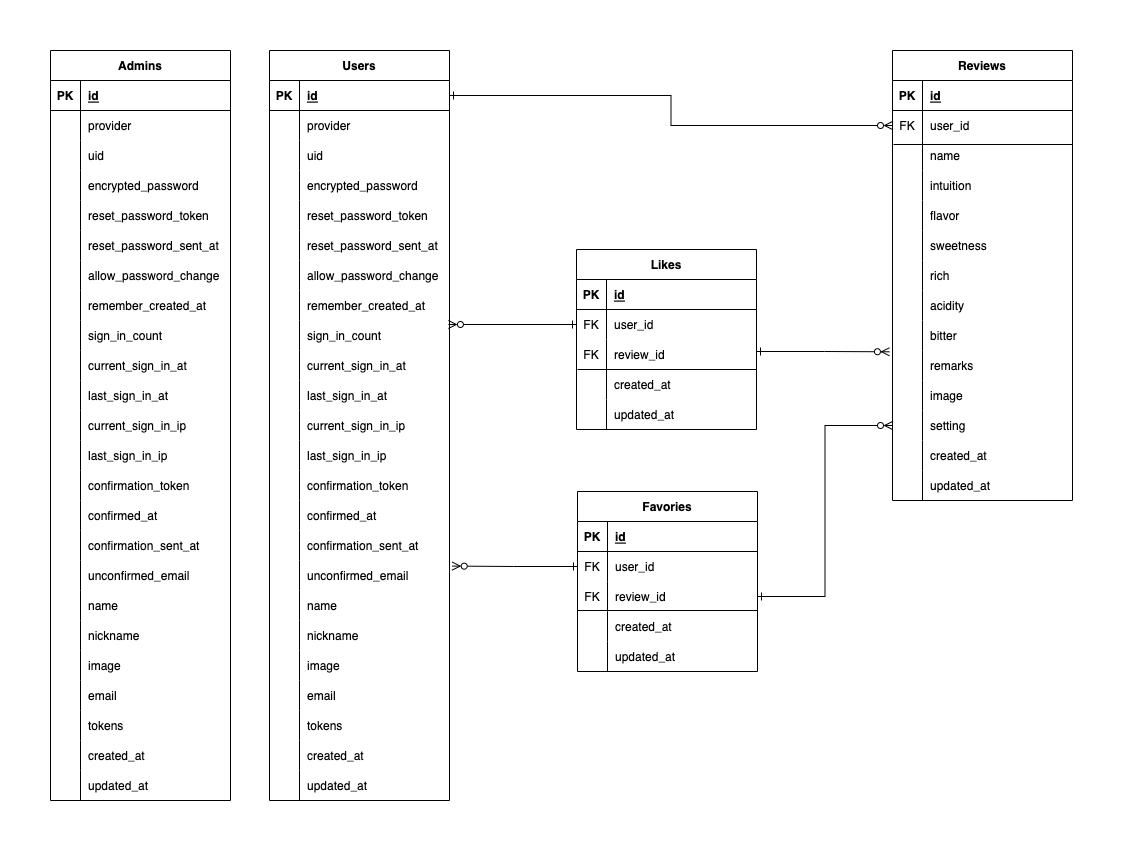
The draw.io diagram images/er.png in tomoaki198211/this_coffee_api, before a commit. Source tidied: cells renumbered, new cells last; positions are measured from the earlier drawing's top-left corner, leaving out a move shared by most shapes.
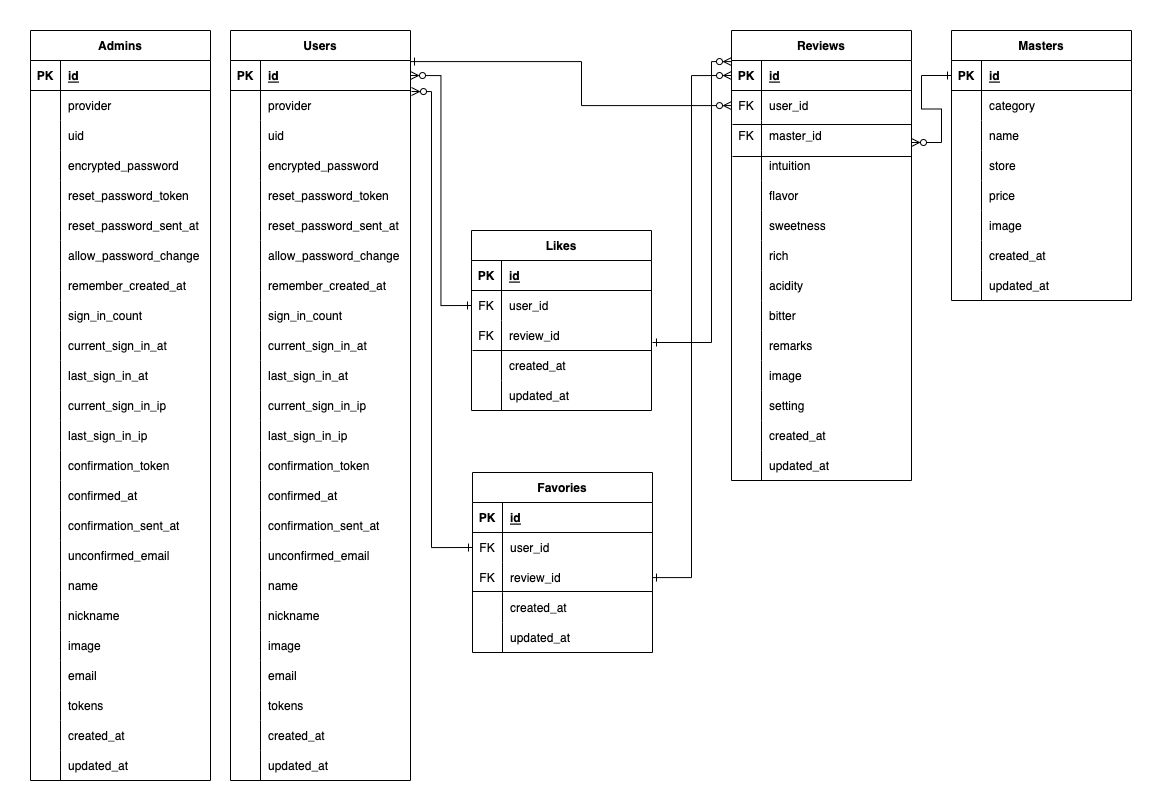
The same file after the commit.

Change to the diagram source:
```diff
@@ -3,7 +3,7 @@
     <mxCell id="0" />
     <mxCell id="1" parent="0" />
     <mxCell id="2" value="Users" style="shape=table;startSize=30;rowLines=0;fontStyle=1;align=center;" parent="1" vertex="1">
-      <mxGeometry x="219" width="180" height="750" as="geometry" />
+      <mxGeometry x="181" width="180" height="750" as="geometry" />
     </mxCell>
     <mxCell id="3" style="shape=tableRow;horizontal=0;startSize=0;swimlaneHead=0;swimlaneBody=0;fillColor=none;points=[[0,0.5],[1,0.5]];portConstraint=eastwest;top=0;left=0;right=0;bottom=1;" parent="2" vertex="1">
       <mxGeometry y="30" width="180" height="30" as="geometry" />
@@ -222,7 +222,7 @@
       <mxGeometry x="30" width="150" height="30" as="geometry" />
     </mxCell>
     <mxCell id="75" value="Reviews" style="shape=table;startSize=30;rowLines=0;fontStyle=1;align=center;html=0;" parent="1" vertex="1">
-      <mxGeometry x="842" width="180" height="450" as="geometry" />
+      <mxGeometry x="682" width="180" height="450" as="geometry" />
     </mxCell>
     <mxCell id="76" style="shape=tableRow;horizontal=0;startSize=0;swimlaneHead=0;swimlaneBody=0;fillColor=none;points=[[0,0.5],[1,0.5]];portConstraint=eastwest;top=0;left=0;right=0;bottom=1;html=0;" parent="75" vertex="1">
       <mxGeometry y="30" width="180" height="30" as="geometry" />
@@ -245,10 +245,10 @@
     <mxCell id="82" style="shape=tableRow;horizontal=0;startSize=0;swimlaneHead=0;swimlaneBody=0;fillColor=none;top=0;left=0;right=0;bottom=0;html=0;" parent="75" vertex="1">
       <mxGeometry y="90" width="180" height="30" as="geometry" />
     </mxCell>
-    <mxCell id="83" style="shape=partialRectangle;fillColor=none;top=0;left=0;bottom=0;right=0;overflow=hidden;html=0;" parent="82" vertex="1">
+    <mxCell id="83" value="FK" style="shape=partialRectangle;fillColor=none;top=0;left=0;bottom=0;right=0;overflow=hidden;html=0;" parent="82" vertex="1">
       <mxGeometry width="30" height="30" as="geometry" />
     </mxCell>
-    <mxCell id="84" value="name" style="shape=partialRectangle;fillColor=none;top=0;left=0;bottom=0;right=0;align=left;spacingLeft=6;overflow=hidden;html=0;" parent="82" vertex="1">
+    <mxCell id="84" value="master_id" style="shape=partialRectangle;fillColor=none;top=0;left=0;bottom=0;right=0;align=left;spacingLeft=6;overflow=hidden;html=0;" parent="82" vertex="1">
       <mxGeometry x="30" width="150" height="30" as="geometry" />
     </mxCell>
     <mxCell id="85" style="shape=tableRow;horizontal=0;startSize=0;swimlaneHead=0;swimlaneBody=0;fillColor=none;top=0;left=0;right=0;bottom=0;html=0;" parent="75" vertex="1">
@@ -351,7 +351,7 @@
       <mxGeometry x="30" width="150" height="30" as="geometry" />
     </mxCell>
     <mxCell id="118" value="Likes" style="shape=table;startSize=30;rowLines=0;fontStyle=1;align=center;" parent="1" vertex="1">
-      <mxGeometry x="526" y="199" width="180" height="180" as="geometry" />
+      <mxGeometry x="422" y="200" width="180" height="180" as="geometry" />
     </mxCell>
     <mxCell id="119" style="shape=tableRow;horizontal=0;startSize=0;swimlaneHead=0;swimlaneBody=0;fillColor=none;top=0;left=0;right=0;bottom=1;" parent="118" vertex="1">
       <mxGeometry y="30" width="180" height="30" as="geometry" />
@@ -399,7 +399,7 @@
       <mxGeometry x="30" width="150" height="30" as="geometry" />
     </mxCell>
     <mxCell id="134" value="Favories" style="shape=table;startSize=30;rowLines=0;fontStyle=1;align=center;" parent="1" vertex="1">
-      <mxGeometry x="527" y="441" width="180" height="180" as="geometry" />
+      <mxGeometry x="423" y="442" width="180" height="180" as="geometry" />
     </mxCell>
     <mxCell id="135" style="shape=tableRow;horizontal=0;startSize=0;swimlaneHead=0;swimlaneBody=0;fillColor=none;top=0;left=0;right=0;bottom=1;" parent="134" vertex="1">
       <mxGeometry y="30" width="180" height="30" as="geometry" />
@@ -447,33 +447,53 @@
       <mxGeometry x="30" width="150" height="30" as="geometry" />
     </mxCell>
     <mxCell id="150" style="edgeStyle=orthogonalEdgeStyle;rounded=0;jettySize=auto;html=1;endArrow=ERzeroToMany;endFill=0;startArrow=ERone;startFill=0;" parent="1" edge="1" source="3" target="79">
-      <mxGeometry relative="1" as="geometry" />
+      <mxGeometry relative="1" as="geometry">
+        <Array as="points">
+          <mxPoint x="532" y="31" />
+          <mxPoint x="532" y="75" />
+        </Array>
+      </mxGeometry>
     </mxCell>
-    <mxCell id="151" style="edgeStyle=orthogonalEdgeStyle;rounded=0;jettySize=auto;html=1;exitX=0;exitY=0.5;exitDx=0;exitDy=0;entryX=0.994;entryY=0.133;entryDx=0;entryDy=0;entryPerimeter=0;startArrow=ERone;startFill=0;endArrow=ERzeroToMany;endFill=0;" parent="1" edge="1" source="122" target="27">
+    <mxCell id="151" style="edgeStyle=orthogonalEdgeStyle;rounded=0;jettySize=auto;html=1;exitX=0;exitY=0.5;exitDx=0;exitDy=0;entryX=1;entryY=0.5;entryDx=0;entryDy=0;startArrow=ERone;startFill=0;endArrow=ERzeroToMany;endFill=0;" parent="1" edge="1" source="122" target="3">
       <mxGeometry relative="1" as="geometry" />
     </mxCell>
-    <mxCell id="152" style="edgeStyle=orthogonalEdgeStyle;rounded=0;jettySize=auto;html=1;exitX=0;exitY=0.5;exitDx=0;exitDy=0;entryX=1.015;entryY=0.186;entryDx=0;entryDy=0;entryPerimeter=0;startArrow=ERone;startFill=0;endArrow=ERzeroToMany;endFill=0;" parent="1" edge="1" source="138" target="51">
-      <mxGeometry relative="1" as="geometry" />
+    <mxCell id="152" style="edgeStyle=orthogonalEdgeStyle;rounded=0;jettySize=auto;html=1;exitX=0;exitY=0.5;exitDx=0;exitDy=0;startArrow=ERone;startFill=0;endArrow=ERzeroToMany;endFill=0;" parent="1" edge="1" source="138">
+      <mxGeometry relative="1" as="geometry">
+        <mxPoint x="362" y="61" as="targetPoint" />
+        <Array as="points">
+          <mxPoint x="382" y="517" />
+          <mxPoint x="382" y="61" />
+        </Array>
+      </mxGeometry>
     </mxCell>
-    <mxCell id="153" style="edgeStyle=orthogonalEdgeStyle;rounded=0;jettySize=auto;html=1;entryX=0;entryY=0.5;entryDx=0;entryDy=0;startArrow=ERone;startFill=0;endArrow=ERzeroToMany;endFill=0;" parent="1" edge="1" source="141" target="109">
-      <mxGeometry relative="1" as="geometry" />
+    <mxCell id="153" style="edgeStyle=orthogonalEdgeStyle;rounded=0;jettySize=auto;html=1;startArrow=ERone;startFill=0;endArrow=ERzeroToMany;endFill=0;entryX=0;entryY=0.5;entryDx=0;entryDy=0;" parent="1" edge="1" source="141" target="76">
+      <mxGeometry relative="1" as="geometry">
+        <Array as="points">
+          <mxPoint x="642" y="547" />
+          <mxPoint x="642" y="45" />
+        </Array>
+      </mxGeometry>
     </mxCell>
-    <mxCell id="154" style="edgeStyle=orthogonalEdgeStyle;rounded=0;jettySize=auto;html=1;entryX=-0.017;entryY=0.043;entryDx=0;entryDy=0;entryPerimeter=0;startArrow=ERone;startFill=0;endArrow=ERzeroToMany;endFill=0;" parent="1" edge="1" target="103">
+    <mxCell id="154" style="edgeStyle=orthogonalEdgeStyle;rounded=0;jettySize=auto;html=1;startArrow=ERone;startFill=0;endArrow=ERzeroToMany;endFill=0;" parent="1" edge="1" target="76">
       <mxGeometry relative="1" as="geometry">
-        <mxPoint x="706" y="301" as="sourcePoint" />
+        <mxPoint x="603" y="312" as="sourcePoint" />
+        <Array as="points">
+          <mxPoint x="662" y="312" />
+          <mxPoint x="662" y="31" />
+        </Array>
       </mxGeometry>
     </mxCell>
     <mxCell id="155" style="line;strokeWidth=1;dashed=0;labelPosition=right;align=left;verticalAlign=middle;spacingTop=0;spacingLeft=6;labelBorderColor=none;" parent="1" vertex="1">
-      <mxGeometry x="527" y="555" width="180" height="10" as="geometry" />
+      <mxGeometry x="423" y="556" width="180" height="10" as="geometry" />
     </mxCell>
     <mxCell id="156" style="line;strokeWidth=1;dashed=0;labelPosition=right;align=left;verticalAlign=middle;spacingTop=0;spacingLeft=6;labelBorderColor=none;" parent="1" vertex="1">
-      <mxGeometry x="527" y="314" width="179" height="10" as="geometry" />
+      <mxGeometry x="423" y="315" width="179" height="10" as="geometry" />
     </mxCell>
     <mxCell id="157" style="line;strokeWidth=1;dashed=0;labelPosition=right;align=left;verticalAlign=middle;spacingTop=0;spacingLeft=6;labelBorderColor=none;" parent="1" vertex="1">
-      <mxGeometry x="843" y="89" width="179" height="10" as="geometry" />
+      <mxGeometry x="683" y="89" width="179" height="10" as="geometry" />
     </mxCell>
     <mxCell id="158" value="Admins" style="shape=table;startSize=30;rowLines=0;fontStyle=1;align=center;" parent="1" vertex="1">
-      <mxGeometry width="180" height="750" as="geometry" />
+      <mxGeometry x="-19" width="180" height="750" as="geometry" />
     </mxCell>
     <mxCell id="159" style="shape=tableRow;horizontal=0;startSize=0;swimlaneHead=0;swimlaneBody=0;fillColor=none;top=0;left=0;right=0;bottom=1;" parent="158" vertex="1">
       <mxGeometry y="30" width="180" height="30" as="geometry" />
@@ -691,5 +711,88 @@
     <mxCell id="230" value="updated_at" style="shape=partialRectangle;fillColor=none;top=0;left=0;bottom=0;right=0;align=left;spacingLeft=6;overflow=hidden;" parent="228" vertex="1">
       <mxGeometry x="30" width="150" height="30" as="geometry" />
     </mxCell>
+    <mxCell id="231" value="Masters" style="shape=table;startSize=30;rowLines=0;fontStyle=1;align=center;html=0;" parent="1" vertex="1">
+      <mxGeometry x="902" width="180" height="270" as="geometry" />
+    </mxCell>
+    <mxCell id="232" style="shape=tableRow;horizontal=0;startSize=0;swimlaneHead=0;swimlaneBody=0;fillColor=none;points=[[0,0.5],[1,0.5]];portConstraint=eastwest;top=0;left=0;right=0;bottom=1;html=0;" parent="231" vertex="1">
+      <mxGeometry y="30" width="180" height="30" as="geometry" />
+    </mxCell>
+    <mxCell id="233" value="PK" style="shape=partialRectangle;fillColor=none;top=0;left=0;bottom=0;right=0;fontStyle=1;overflow=hidden;html=0;" parent="232" vertex="1">
+      <mxGeometry width="30" height="30" as="geometry" />
+    </mxCell>
+    <mxCell id="234" value="id" style="shape=partialRectangle;fillColor=none;top=0;left=0;bottom=0;right=0;align=left;spacingLeft=6;fontStyle=5;overflow=hidden;html=0;" parent="232" vertex="1">
+      <mxGeometry x="30" width="150" height="30" as="geometry" />
+    </mxCell>
+    <mxCell id="235" style="shape=tableRow;horizontal=0;startSize=0;swimlaneHead=0;swimlaneBody=0;fillColor=none;top=0;left=0;right=0;bottom=0;html=0;" parent="231" vertex="1">
+      <mxGeometry y="60" width="180" height="30" as="geometry" />
+    </mxCell>
+    <mxCell id="236" style="shape=partialRectangle;fillColor=none;top=0;left=0;bottom=0;right=0;overflow=hidden;html=0;" parent="235" vertex="1">
+      <mxGeometry width="30" height="30" as="geometry" />
+    </mxCell>
+    <mxCell id="237" value="category" style="shape=partialRectangle;fillColor=none;top=0;left=0;bottom=0;right=0;align=left;spacingLeft=6;overflow=hidden;html=0;" parent="235" vertex="1">
+      <mxGeometry x="30" width="150" height="30" as="geometry" />
+    </mxCell>
+    <mxCell id="238" style="shape=tableRow;horizontal=0;startSize=0;swimlaneHead=0;swimlaneBody=0;fillColor=none;top=0;left=0;right=0;bottom=0;html=0;" parent="231" vertex="1">
+      <mxGeometry y="90" width="180" height="30" as="geometry" />
+    </mxCell>
+    <mxCell id="239" style="shape=partialRectangle;fillColor=none;top=0;left=0;bottom=0;right=0;overflow=hidden;html=0;" parent="238" vertex="1">
+      <mxGeometry width="30" height="30" as="geometry" />
+    </mxCell>
+    <mxCell id="240" value="name" style="shape=partialRectangle;fillColor=none;top=0;left=0;bottom=0;right=0;align=left;spacingLeft=6;overflow=hidden;html=0;" parent="238" vertex="1">
+      <mxGeometry x="30" width="150" height="30" as="geometry" />
+    </mxCell>
+    <mxCell id="241" style="shape=tableRow;horizontal=0;startSize=0;swimlaneHead=0;swimlaneBody=0;fillColor=none;top=0;left=0;right=0;bottom=0;html=0;" parent="231" vertex="1">
+      <mxGeometry y="120" width="180" height="30" as="geometry" />
+    </mxCell>
+    <mxCell id="242" style="shape=partialRectangle;fillColor=none;top=0;left=0;bottom=0;right=0;overflow=hidden;html=0;" parent="241" vertex="1">
+      <mxGeometry width="30" height="30" as="geometry" />
+    </mxCell>
+    <mxCell id="243" value="store" style="shape=partialRectangle;fillColor=none;top=0;left=0;bottom=0;right=0;align=left;spacingLeft=6;overflow=hidden;html=0;" parent="241" vertex="1">
+      <mxGeometry x="30" width="150" height="30" as="geometry" />
+    </mxCell>
+    <mxCell id="244" style="shape=tableRow;horizontal=0;startSize=0;swimlaneHead=0;swimlaneBody=0;fillColor=none;top=0;left=0;right=0;bottom=0;html=0;" parent="231" vertex="1">
+      <mxGeometry y="150" width="180" height="30" as="geometry" />
+    </mxCell>
+    <mxCell id="245" style="shape=partialRectangle;fillColor=none;top=0;left=0;bottom=0;right=0;overflow=hidden;html=0;" parent="244" vertex="1">
+      <mxGeometry width="30" height="30" as="geometry" />
+    </mxCell>
+    <mxCell id="246" value="price" style="shape=partialRectangle;fillColor=none;top=0;left=0;bottom=0;right=0;align=left;spacingLeft=6;overflow=hidden;html=0;" parent="244" vertex="1">
+      <mxGeometry x="30" width="150" height="30" as="geometry" />
+    </mxCell>
+    <mxCell id="247" style="shape=tableRow;horizontal=0;startSize=0;swimlaneHead=0;swimlaneBody=0;fillColor=none;top=0;left=0;right=0;bottom=0;html=0;" parent="231" vertex="1">
+      <mxGeometry y="180" width="180" height="30" as="geometry" />
+    </mxCell>
+    <mxCell id="248" style="shape=partialRectangle;fillColor=none;top=0;left=0;bottom=0;right=0;overflow=hidden;html=0;" parent="247" vertex="1">
+      <mxGeometry width="30" height="30" as="geometry" />
+    </mxCell>
+    <mxCell id="249" value="image" style="shape=partialRectangle;fillColor=none;top=0;left=0;bottom=0;right=0;align=left;spacingLeft=6;overflow=hidden;html=0;" parent="247" vertex="1">
+      <mxGeometry x="30" width="150" height="30" as="geometry" />
+    </mxCell>
+    <mxCell id="250" style="shape=tableRow;horizontal=0;startSize=0;swimlaneHead=0;swimlaneBody=0;fillColor=none;top=0;left=0;right=0;bottom=0;html=0;" parent="231" vertex="1">
+      <mxGeometry y="210" width="180" height="30" as="geometry" />
+    </mxCell>
+    <mxCell id="251" style="shape=partialRectangle;fillColor=none;top=0;left=0;bottom=0;right=0;overflow=hidden;html=0;" parent="250" vertex="1">
+      <mxGeometry width="30" height="30" as="geometry" />
+    </mxCell>
+    <mxCell id="252" value="created_at" style="shape=partialRectangle;fillColor=none;top=0;left=0;bottom=0;right=0;align=left;spacingLeft=6;overflow=hidden;html=0;" parent="250" vertex="1">
+      <mxGeometry x="30" width="150" height="30" as="geometry" />
+    </mxCell>
+    <mxCell id="253" style="shape=tableRow;horizontal=0;startSize=0;swimlaneHead=0;swimlaneBody=0;fillColor=none;top=0;left=0;right=0;bottom=0;html=0;" parent="231" vertex="1">
+      <mxGeometry y="240" width="180" height="30" as="geometry" />
+    </mxCell>
+    <mxCell id="254" style="shape=partialRectangle;fillColor=none;top=0;left=0;bottom=0;right=0;overflow=hidden;html=0;" parent="253" vertex="1">
+      <mxGeometry width="30" height="30" as="geometry" />
+    </mxCell>
+    <mxCell id="255" value="updated_at" style="shape=partialRectangle;fillColor=none;top=0;left=0;bottom=0;right=0;align=left;spacingLeft=6;overflow=hidden;html=0;" parent="253" vertex="1">
+      <mxGeometry x="30" width="150" height="30" as="geometry" />
+    </mxCell>
+    <mxCell id="256" style="line;strokeWidth=1;dashed=0;labelPosition=right;align=left;verticalAlign=middle;spacingTop=0;spacingLeft=6;labelBorderColor=none;" parent="1" vertex="1">
+      <mxGeometry x="683" y="121" width="179" height="10" as="geometry" />
+    </mxCell>
+    <mxCell id="257" style="edgeStyle=entityRelationEdgeStyle;fontSize=12;html=1;endArrow=ERone;startArrow=ERzeroToMany;rounded=0;endFill=0;endSize=6;startFill=0;" parent="1" edge="1" target="232">
+      <mxGeometry relative="1" as="geometry">
+        <mxPoint x="862" y="112" as="sourcePoint" />
+      </mxGeometry>
+    </mxCell>
   </root>
 </mxGraphModel>
```
